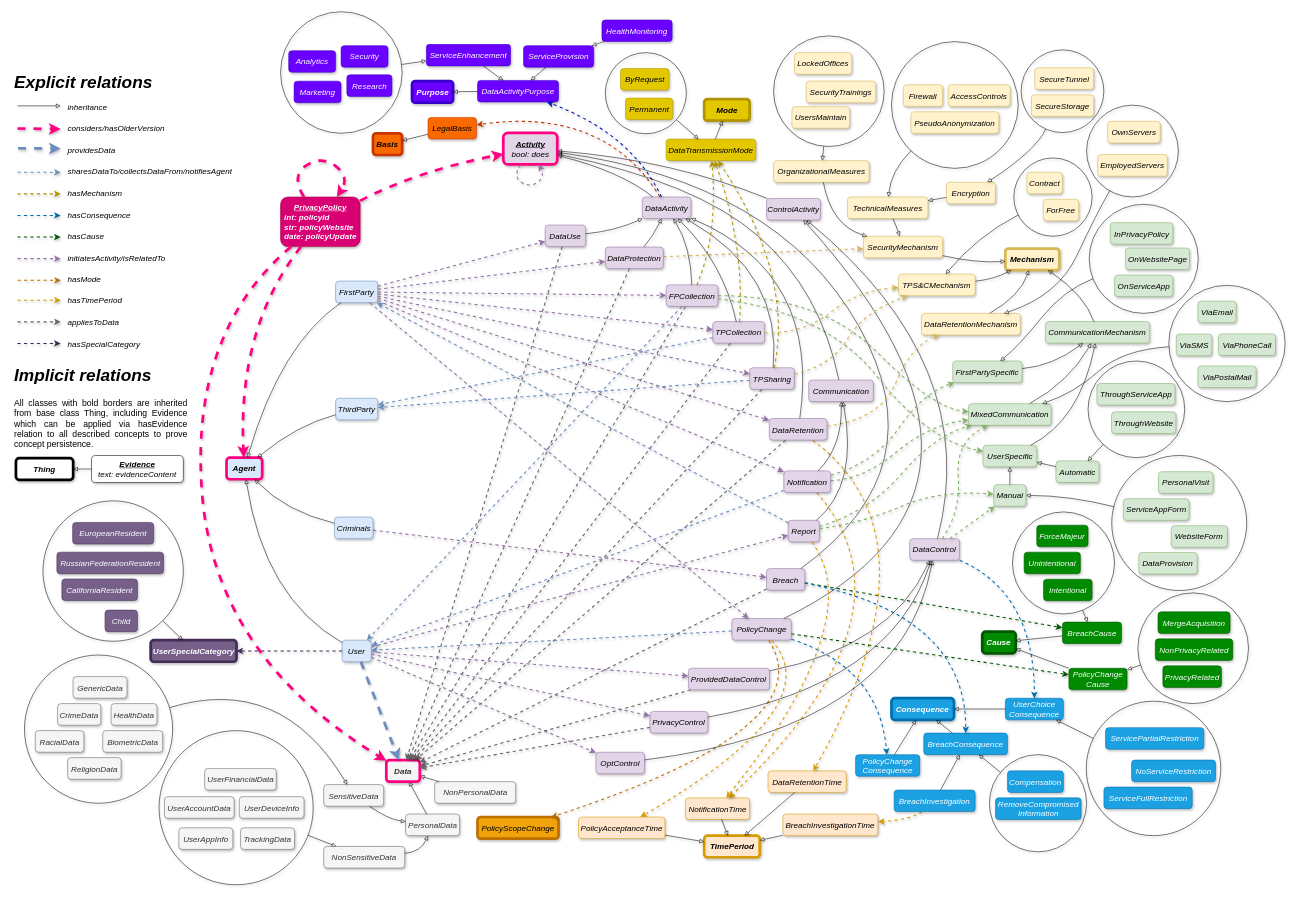
Before: page "full+collection" (2 of 3) of resources/docs/outdated/v1.1.1/ontology.drawio in kuznetsovmd/pp-ontology, a draw.io diagram. Source tidied: cells renumbered, new cells numbered last; positions are measured from the earlier drawing's top-left corner, leaving out a move shared by most shapes. Both pictures are drawn from the tidied source at 54%, with x=0, y=0 at pixel (11, 11).
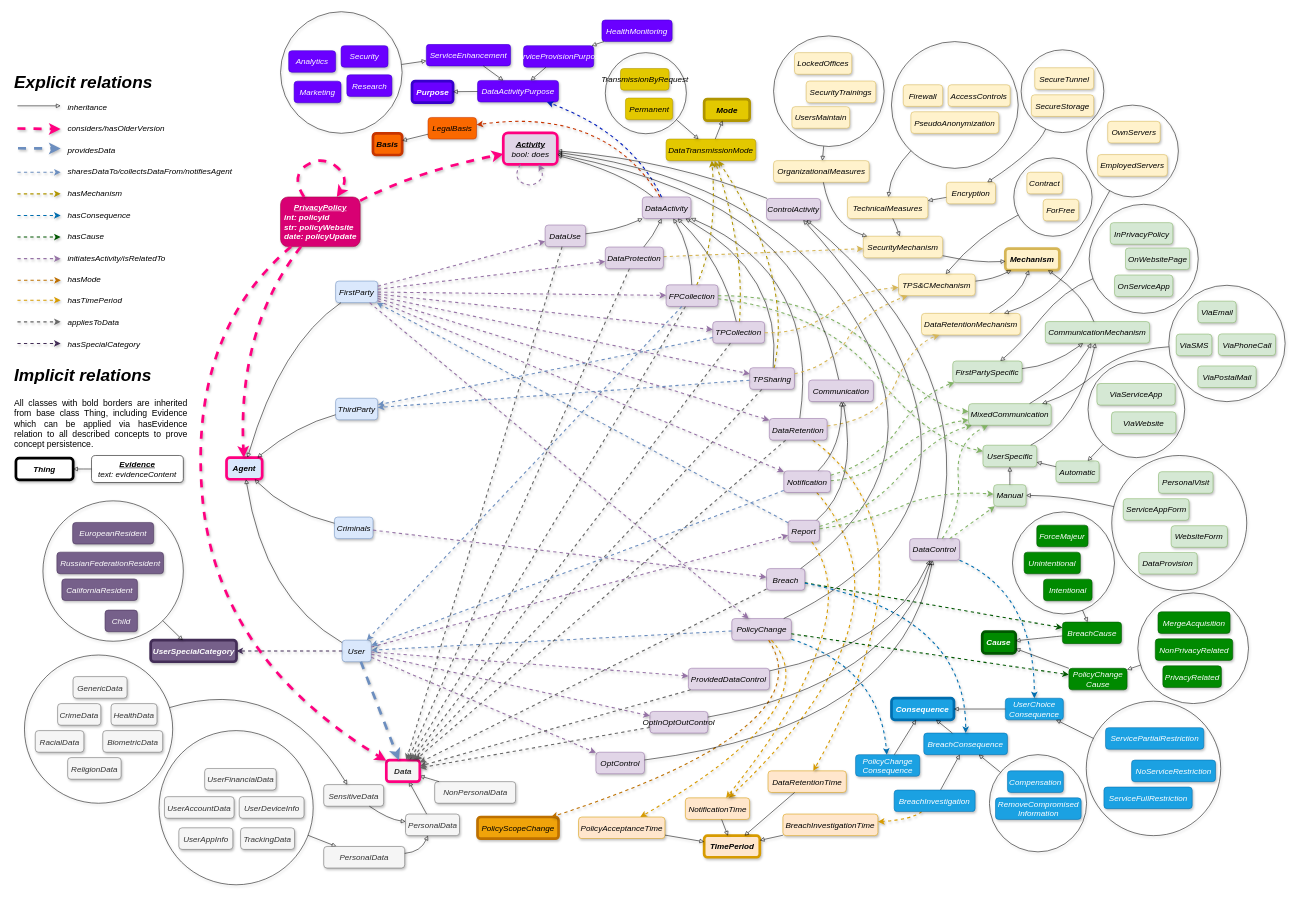
The same page after the edit.

Diff of the diagram source:
```diff
@@
-    <mxCell id="98" value="PrivacyControl" style="rounded=1;whiteSpace=wrap;html=1;fillColor=#e1d5e7;strokeColor=#9673a6;fontSize=15;fontStyle=2;shadow=1;fontFamily=Helvetica;" parent="1" vertex="1">
+    <mxCell id="98" value="OptInOptOutControl" style="rounded=1;whiteSpace=wrap;html=1;fillColor=#e1d5e7;strokeColor=#9673a6;fontSize=15;fontStyle=2;shadow=1;fontFamily=Helvetica;" parent="1" vertex="1">
       <mxGeometry x="1182" y="1296" width="107.3" height="40" as="geometry" />
     </mxCell>
@@
-    <mxCell id="101" value="&lt;div style=&quot;font-size: 15px;&quot;&gt;NonSensitiveData&lt;/div&gt;" style="rounded=1;whiteSpace=wrap;html=1;fillColor=#f5f5f5;fontColor=#333333;strokeColor=#666666;fontSize=15;fontStyle=2;shadow=1;fontFamily=Helvetica;" parent="1" vertex="1">
+    <mxCell id="101" value="&lt;div style=&quot;font-size: 15px;&quot;&gt;PersonalData&lt;/div&gt;" style="rounded=1;whiteSpace=wrap;html=1;fillColor=#f5f5f5;fontColor=#333333;strokeColor=#666666;fontSize=15;fontStyle=2;shadow=1;fontFamily=Helvetica;" parent="1" vertex="1">
       <mxGeometry x="578" y="1546" width="150" height="40" as="geometry" />
     </mxCell>
@@
-    <mxCell id="199" value="ByRequest" style="rounded=1;whiteSpace=wrap;html=1;fillColor=#e3c800;strokeColor=#B09500;fontSize=15;fontStyle=2;fontColor=#000000;shadow=1;fontFamily=Helvetica;" parent="1" vertex="1">
+    <mxCell id="199" value="TransmissionByRequest" style="rounded=1;whiteSpace=wrap;html=1;fillColor=#e3c800;strokeColor=#B09500;fontSize=15;fontStyle=2;fontColor=#000000;shadow=1;fontFamily=Helvetica;" parent="1" vertex="1">
       <mxGeometry x="1127.5" y="105.4" width="90" height="40" as="geometry" />
     </mxCell>
@@
-    <mxCell id="215" value="ServiceProvision" style="rounded=1;whiteSpace=wrap;html=1;fillColor=#6a00ff;strokeColor=#3700CC;fontSize=15;fontStyle=2;fontColor=#ffffff;shadow=1;fontFamily=Helvetica;" parent="1" vertex="1">
+    <mxCell id="215" value="ServiceProvisionPurpose" style="rounded=1;whiteSpace=wrap;html=1;fillColor=#6a00ff;strokeColor=#3700CC;fontSize=15;fontStyle=2;fontColor=#ffffff;shadow=1;fontFamily=Helvetica;" parent="1" vertex="1">
       <mxGeometry x="948" y="63" width="130" height="40" as="geometry" />
     </mxCell>
@@
-    <mxCell id="250" value="ThroughServiceApp" style="rounded=1;whiteSpace=wrap;html=1;fillColor=#d5e8d4;strokeColor=#82b366;fontSize=15;fontStyle=2;shadow=1;fontFamily=Helvetica;" parent="1" vertex="1">
+    <mxCell id="250" value="ViaServiceApp" style="rounded=1;whiteSpace=wrap;html=1;fillColor=#d5e8d4;strokeColor=#82b366;fontSize=15;fontStyle=2;shadow=1;fontFamily=Helvetica;" parent="1" vertex="1">
       <mxGeometry x="2009.8" y="688.7" width="144.9" height="40" as="geometry" />
     </mxCell>
-    <mxCell id="251" value="ThroughWebsite" style="rounded=1;whiteSpace=wrap;html=1;fillColor=#d5e8d4;strokeColor=#82b366;fontSize=15;fontStyle=2;shadow=1;fontFamily=Helvetica;" parent="1" vertex="1">
+    <mxCell id="251" value="ViaWebsite" style="rounded=1;whiteSpace=wrap;html=1;fillColor=#d5e8d4;strokeColor=#82b366;fontSize=15;fontStyle=2;shadow=1;fontFamily=Helvetica;" parent="1" vertex="1">
       <mxGeometry x="2036.9" y="741.2" width="119.2" height="40" as="geometry" />
     </mxCell>
```
